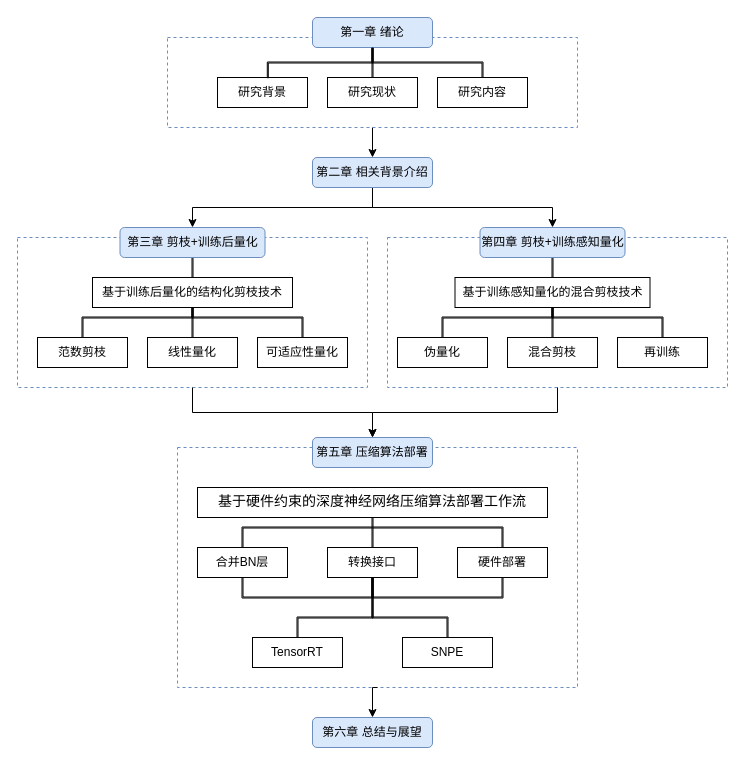
Earlier version of the draw.io diagram 文章结构.drawio (JIANGBOFENG/MY_GIT_Repo). Source tidied: cells renumbered, new cells numbered last; positions are measured from the earlier drawing's top-left corner, leaving out a move shared by most shapes. Both pictures are drawn from the tidied source at 100%, with x=0, y=0 at pixel (17, 17).
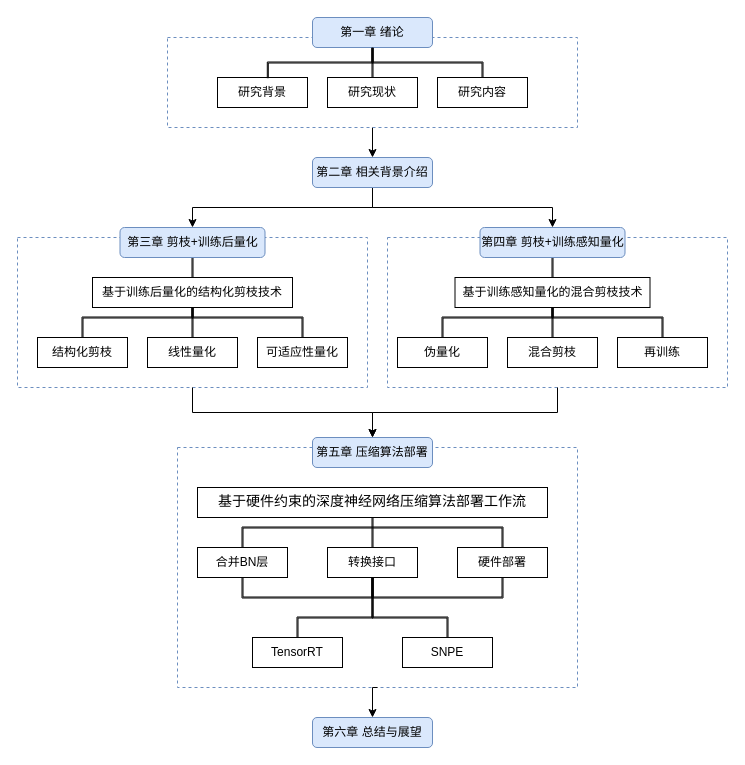
Above is the later version.

Commit message (it also covers changes not shown here):
更新文章结构.drawio

The edit, as a diff of the source:
```diff
@@
-    <mxCell id="26" value="范数剪枝" style="rounded=0;whiteSpace=wrap;html=1;" parent="1" vertex="1">
+    <mxCell id="26" value="结构化剪枝" style="rounded=0;whiteSpace=wrap;html=1;" parent="1" vertex="1">
       <mxGeometry x="20" y="320" width="90" height="30" as="geometry" />
     </mxCell>
```
